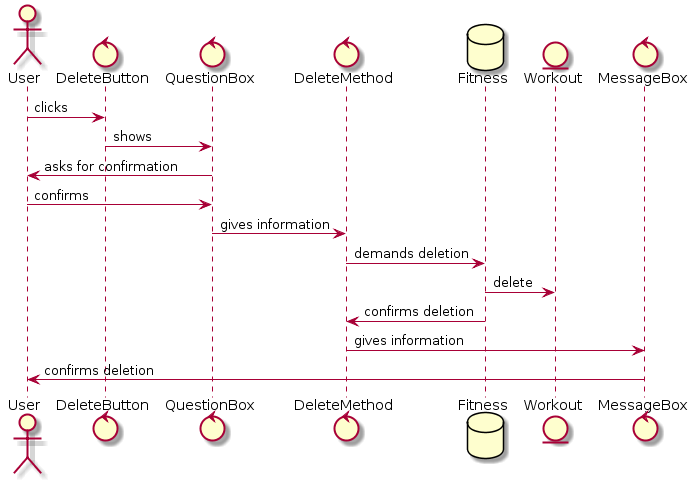
This is doc/ds/concurrence.png from karolinaoparczyk/Python_GTK, a PlantUML export, as it was before one commit. Its diagram source:
```plantuml
@startuml
actor User
control DeleteButton
control QuestionBox
control DeleteMethod
database Fitness
entity Workout
control MessageBox

User -> DeleteButton : clicks
DeleteButton -> QuestionBox : shows
QuestionBox -> User : asks for confirmation
User -> QuestionBox : confirms
QuestionBox -> DeleteMethod : gives information
DeleteMethod -> Fitness : demands deletion
Fitness -> Workout : delete
Fitness -> DeleteMethod : confirms deletion
DeleteMethod -> MessageBox : gives information
MessageBox -> User : confirms deletion
@enduml
```
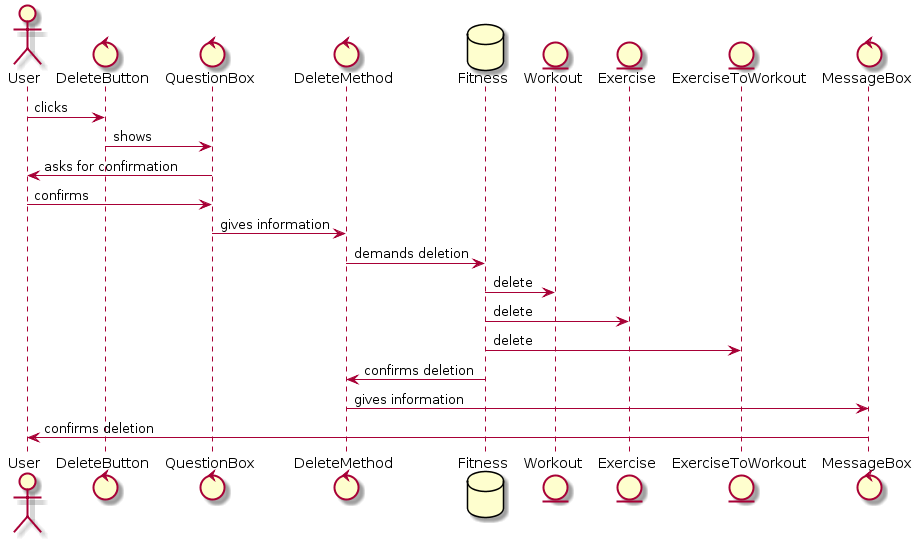
The same file after the commit.

What changed in the source:
```diff
@@ -5,6 +5,8 @@
 control DeleteMethod
 database Fitness
 entity Workout
+entity Exercise
+entity ExerciseToWorkout
 control MessageBox
 
 User -> DeleteButton : clicks
@@ -14,6 +16,8 @@
 QuestionBox -> DeleteMethod : gives information
 DeleteMethod -> Fitness : demands deletion
 Fitness -> Workout : delete
+Fitness -> Exercise : delete
+Fitness -> ExerciseToWorkout : delete
 Fitness -> DeleteMethod : confirms deletion
 DeleteMethod -> MessageBox : gives information
 MessageBox -> User : confirms deletion
```
